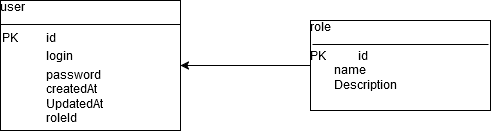
Above: Diagramme sans nom.drawio.png in houckontape/tuxProject (draw.io), before the change. Source tidied: cells renumbered, new cells last; positions are measured from the earlier drawing's top-left corner, leaving out a move shared by most shapes.
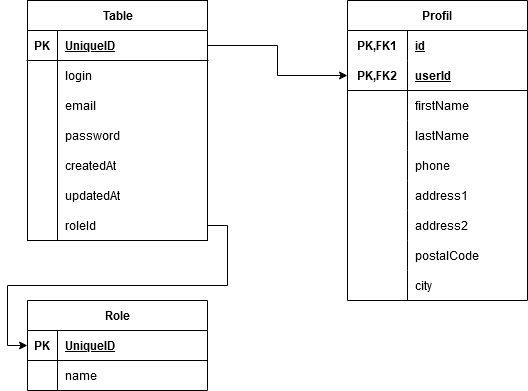
The same diagram one commit later.

Commit message:
Mettre à jour Diagramme sans nom.drawio.png

The edit, as a diff of the source:
```diff
@@ -2,20 +2,182 @@
   <root>
     <mxCell id="0" />
     <mxCell id="1" parent="0" />
-    <mxCell id="2" value="&lt;div&gt;user&lt;/div&gt;&lt;div&gt;&lt;br&gt;&lt;/div&gt;&lt;table style=&quot;width:100%;font-size:1em;&quot; cellpadding=&quot;2&quot; cellspacing=&quot;0&quot;&gt;&lt;tbody&gt;&lt;tr&gt;&lt;td&gt;PK&lt;/td&gt;&lt;td&gt;id&lt;/td&gt;&lt;/tr&gt;&lt;tr&gt;&lt;td&gt;&lt;br&gt;&lt;/td&gt;&lt;td&gt;login&lt;/td&gt;&lt;/tr&gt;&lt;tr&gt;&lt;td&gt;&lt;/td&gt;&lt;td&gt;password&lt;br&gt;createdAt&lt;br&gt;UpdatedAt&lt;br&gt;roleId&lt;br&gt;&lt;/td&gt;&lt;/tr&gt;&lt;/tbody&gt;&lt;/table&gt;" style="verticalAlign=top;align=left;overflow=fill;html=1;whiteSpace=wrap;" parent="1" vertex="1">
-      <mxGeometry width="180" height="130" as="geometry" />
-    </mxCell>
-    <mxCell id="3" style="line;strokeWidth=1;fillColor=none;align=left;verticalAlign=middle;spacingTop=-1;spacingLeft=3;spacingRight=3;labelPosition=right;strokeColor=inherit;" parent="1" vertex="1">
-      <mxGeometry y="20" width="180" height="8" as="geometry" />
-    </mxCell>
-    <mxCell id="4" style="edgeStyle=orthogonalEdgeStyle;rounded=0;jettySize=auto;html=1;exitX=0;exitY=0.5;exitDx=0;exitDy=0;entryX=1;entryY=0.5;entryDx=0;entryDy=0;" parent="1" edge="1" source="5" target="2">
-      <mxGeometry relative="1" as="geometry" />
-    </mxCell>
-    <mxCell id="5" value="&lt;div&gt;role&lt;/div&gt;&lt;div&gt;&lt;br&gt;&lt;/div&gt;&lt;div&gt;PK&amp;nbsp; &lt;span style=&quot;white-space: pre;&quot;&gt;&#9;&lt;/span&gt;id&lt;/div&gt;&lt;div&gt;&amp;nbsp;&amp;nbsp;&amp;nbsp;&amp;nbsp;&amp;nbsp;&amp;nbsp;&amp;nbsp; name&lt;/div&gt;&lt;div&gt;&lt;span style=&quot;white-space: pre;&quot;&gt;&#9;&lt;/span&gt;Description&lt;br&gt;&lt;/div&gt;" style="verticalAlign=top;align=left;overflow=fill;html=1;whiteSpace=wrap;" parent="1" vertex="1">
-      <mxGeometry x="310" y="20" width="180" height="90" as="geometry" />
-    </mxCell>
-    <mxCell id="6" style="line;strokeWidth=1;fillColor=none;align=left;verticalAlign=middle;spacingTop=-1;spacingLeft=3;spacingRight=3;labelPosition=right;strokeColor=inherit;" parent="1" vertex="1">
-      <mxGeometry x="312" y="40" width="176" height="8" as="geometry" />
-    </mxCell>
+    <mxCell id="7" value="Table" style="shape=table;startSize=30;rowLines=0;fontStyle=1;align=center;html=1;" parent="1" vertex="1">
+      <mxGeometry x="-40" width="180" height="240" as="geometry" />
+    </mxCell>
+    <mxCell id="8" style="shape=tableRow;horizontal=0;startSize=0;swimlaneHead=0;swimlaneBody=0;fillColor=none;points=[[0,0.5],[1,0.5]];portConstraint=eastwest;top=0;left=0;right=0;bottom=1;" parent="7" vertex="1">
+      <mxGeometry y="30" width="180" height="30" as="geometry" />
+    </mxCell>
+    <mxCell id="9" value="PK" style="shape=partialRectangle;fillColor=none;top=0;left=0;bottom=0;right=0;fontStyle=1;overflow=hidden;whiteSpace=wrap;html=1;" parent="8" vertex="1">
+      <mxGeometry width="30" height="30" as="geometry" />
+    </mxCell>
+    <mxCell id="10" value="UniqueID" style="shape=partialRectangle;fillColor=none;top=0;left=0;bottom=0;right=0;align=left;spacingLeft=6;fontStyle=5;overflow=hidden;whiteSpace=wrap;html=1;" parent="8" vertex="1">
+      <mxGeometry x="30" width="150" height="30" as="geometry" />
+    </mxCell>
+    <mxCell id="11" style="shape=tableRow;horizontal=0;startSize=0;swimlaneHead=0;swimlaneBody=0;fillColor=none;top=0;left=0;right=0;bottom=0;" parent="7" vertex="1">
+      <mxGeometry y="60" width="180" height="30" as="geometry" />
+    </mxCell>
+    <mxCell id="12" style="shape=partialRectangle;fillColor=none;top=0;left=0;bottom=0;right=0;overflow=hidden;whiteSpace=wrap;html=1;" parent="11" vertex="1">
+      <mxGeometry width="30" height="30" as="geometry" />
+    </mxCell>
+    <mxCell id="13" value="login" style="shape=partialRectangle;fillColor=none;top=0;left=0;bottom=0;right=0;align=left;spacingLeft=6;overflow=hidden;whiteSpace=wrap;html=1;" parent="11" vertex="1">
+      <mxGeometry x="30" width="150" height="30" as="geometry" />
+    </mxCell>
+    <mxCell id="14" style="shape=tableRow;horizontal=0;startSize=0;swimlaneHead=0;swimlaneBody=0;fillColor=none;top=0;left=0;right=0;bottom=0;" parent="7" vertex="1">
+      <mxGeometry y="90" width="180" height="30" as="geometry" />
+    </mxCell>
+    <mxCell id="15" style="shape=partialRectangle;fillColor=none;top=0;left=0;bottom=0;right=0;overflow=hidden;whiteSpace=wrap;html=1;" parent="14" vertex="1">
+      <mxGeometry width="30" height="30" as="geometry" />
+    </mxCell>
+    <mxCell id="16" value="email" style="shape=partialRectangle;fillColor=none;top=0;left=0;bottom=0;right=0;align=left;spacingLeft=6;overflow=hidden;whiteSpace=wrap;html=1;" parent="14" vertex="1">
+      <mxGeometry x="30" width="150" height="30" as="geometry" />
+    </mxCell>
+    <mxCell id="17" style="shape=tableRow;horizontal=0;startSize=0;swimlaneHead=0;swimlaneBody=0;fillColor=none;top=0;left=0;right=0;bottom=0;" parent="7" vertex="1">
+      <mxGeometry y="120" width="180" height="30" as="geometry" />
+    </mxCell>
+    <mxCell id="18" style="shape=partialRectangle;fillColor=none;top=0;left=0;bottom=0;right=0;overflow=hidden;whiteSpace=wrap;html=1;" parent="17" vertex="1">
+      <mxGeometry width="30" height="30" as="geometry" />
+    </mxCell>
+    <mxCell id="19" value="password" style="shape=partialRectangle;fillColor=none;top=0;left=0;bottom=0;right=0;align=left;spacingLeft=6;overflow=hidden;whiteSpace=wrap;html=1;" parent="17" vertex="1">
+      <mxGeometry x="30" width="150" height="30" as="geometry" />
+    </mxCell>
+    <mxCell id="20" style="shape=tableRow;horizontal=0;startSize=0;swimlaneHead=0;swimlaneBody=0;fillColor=none;top=0;left=0;right=0;bottom=0;" parent="7" vertex="1">
+      <mxGeometry y="150" width="180" height="30" as="geometry" />
+    </mxCell>
+    <mxCell id="21" style="shape=partialRectangle;fillColor=none;top=0;left=0;bottom=0;right=0;overflow=hidden;whiteSpace=wrap;html=1;" parent="20" vertex="1">
+      <mxGeometry width="30" height="30" as="geometry" />
+    </mxCell>
+    <mxCell id="22" value="createdAt" style="shape=partialRectangle;fillColor=none;top=0;left=0;bottom=0;right=0;align=left;spacingLeft=6;overflow=hidden;whiteSpace=wrap;html=1;" parent="20" vertex="1">
+      <mxGeometry x="30" width="150" height="30" as="geometry" />
+    </mxCell>
+    <mxCell id="23" style="shape=tableRow;horizontal=0;startSize=0;swimlaneHead=0;swimlaneBody=0;fillColor=none;top=0;left=0;right=0;bottom=0;" parent="7" vertex="1">
+      <mxGeometry y="180" width="180" height="30" as="geometry" />
+    </mxCell>
+    <mxCell id="24" style="shape=partialRectangle;fillColor=none;top=0;left=0;bottom=0;right=0;overflow=hidden;whiteSpace=wrap;html=1;" parent="23" vertex="1">
+      <mxGeometry width="30" height="30" as="geometry" />
+    </mxCell>
+    <mxCell id="25" value="updatedAt" style="shape=partialRectangle;fillColor=none;top=0;left=0;bottom=0;right=0;align=left;spacingLeft=6;overflow=hidden;whiteSpace=wrap;html=1;" parent="23" vertex="1">
+      <mxGeometry x="30" width="150" height="30" as="geometry" />
+    </mxCell>
+    <mxCell id="26" style="shape=tableRow;horizontal=0;startSize=0;swimlaneHead=0;swimlaneBody=0;fillColor=none;points=[[0,0.5],[1,0.5]];portConstraint=eastwest;top=0;left=0;right=0;bottom=0;" parent="7" vertex="1">
+      <mxGeometry y="210" width="180" height="30" as="geometry" />
+    </mxCell>
+    <mxCell id="27" style="shape=partialRectangle;fillColor=none;top=0;left=0;bottom=0;right=0;overflow=hidden;whiteSpace=wrap;html=1;" parent="26" vertex="1">
+      <mxGeometry width="30" height="30" as="geometry" />
+    </mxCell>
+    <mxCell id="28" value="roleId" style="shape=partialRectangle;fillColor=none;top=0;left=0;bottom=0;right=0;align=left;spacingLeft=6;overflow=hidden;whiteSpace=wrap;html=1;" parent="26" vertex="1">
+      <mxGeometry x="30" width="150" height="30" as="geometry" />
+    </mxCell>
+    <mxCell id="29" value="Role" style="shape=table;startSize=30;rowLines=0;fontStyle=1;align=center;html=1;" parent="1" vertex="1">
+      <mxGeometry x="-40" y="300" width="180" height="90" as="geometry" />
+    </mxCell>
+    <mxCell id="30" style="shape=tableRow;horizontal=0;startSize=0;swimlaneHead=0;swimlaneBody=0;fillColor=none;points=[[0,0.5],[1,0.5]];portConstraint=eastwest;top=0;left=0;right=0;bottom=1;" parent="29" vertex="1">
+      <mxGeometry y="30" width="180" height="30" as="geometry" />
+    </mxCell>
+    <mxCell id="31" value="PK" style="shape=partialRectangle;fillColor=none;top=0;left=0;bottom=0;right=0;fontStyle=1;overflow=hidden;whiteSpace=wrap;html=1;" parent="30" vertex="1">
+      <mxGeometry width="30" height="30" as="geometry" />
+    </mxCell>
+    <mxCell id="32" value="UniqueID" style="shape=partialRectangle;fillColor=none;top=0;left=0;bottom=0;right=0;align=left;spacingLeft=6;fontStyle=5;overflow=hidden;whiteSpace=wrap;html=1;" parent="30" vertex="1">
+      <mxGeometry x="30" width="150" height="30" as="geometry" />
+    </mxCell>
+    <mxCell id="33" style="shape=tableRow;horizontal=0;startSize=0;swimlaneHead=0;swimlaneBody=0;fillColor=none;top=0;left=0;right=0;bottom=0;" parent="29" vertex="1">
+      <mxGeometry y="60" width="180" height="30" as="geometry" />
+    </mxCell>
+    <mxCell id="34" style="shape=partialRectangle;fillColor=none;top=0;left=0;bottom=0;right=0;overflow=hidden;whiteSpace=wrap;html=1;" parent="33" vertex="1">
+      <mxGeometry width="30" height="30" as="geometry" />
+    </mxCell>
+    <mxCell id="35" value="name" style="shape=partialRectangle;fillColor=none;top=0;left=0;bottom=0;right=0;align=left;spacingLeft=6;overflow=hidden;whiteSpace=wrap;html=1;" parent="33" vertex="1">
+      <mxGeometry x="30" width="150" height="30" as="geometry" />
+    </mxCell>
+    <mxCell id="36" style="edgeStyle=orthogonalEdgeStyle;rounded=0;jettySize=auto;html=1;exitX=1;exitY=0.5;exitDx=0;exitDy=0;entryX=0;entryY=0.5;entryDx=0;entryDy=0;" parent="1" edge="1" source="26" target="30">
+      <mxGeometry relative="1" as="geometry" />
+    </mxCell>
+    <mxCell id="37" value="Profil" style="shape=table;startSize=30;rowLines=0;fontStyle=1;align=center;html=1;whiteSpace=wrap;" parent="1" vertex="1">
+      <mxGeometry x="280" width="180" height="300" as="geometry" />
+    </mxCell>
+    <mxCell id="38" style="shape=tableRow;horizontal=0;startSize=0;swimlaneHead=0;swimlaneBody=0;fillColor=none;top=0;left=0;right=0;bottom=0;html=1;" parent="37" vertex="1">
+      <mxGeometry y="30" width="180" height="30" as="geometry" />
+    </mxCell>
+    <mxCell id="39" value="PK,FK1" style="shape=partialRectangle;fillColor=none;top=0;left=0;bottom=0;right=0;fontStyle=1;overflow=hidden;html=1;whiteSpace=wrap;" parent="38" vertex="1">
+      <mxGeometry width="60" height="30" as="geometry" />
+    </mxCell>
+    <mxCell id="40" value="id" style="shape=partialRectangle;fillColor=none;top=0;left=0;bottom=0;right=0;align=left;spacingLeft=6;fontStyle=5;overflow=hidden;html=1;whiteSpace=wrap;" parent="38" vertex="1">
+      <mxGeometry x="60" width="120" height="30" as="geometry" />
+    </mxCell>
+    <mxCell id="41" style="shape=tableRow;horizontal=0;startSize=0;swimlaneHead=0;swimlaneBody=0;fillColor=none;points=[[0,0.5],[1,0.5]];portConstraint=eastwest;top=0;left=0;right=0;bottom=1;html=1;" parent="37" vertex="1">
+      <mxGeometry y="60" width="180" height="30" as="geometry" />
+    </mxCell>
+    <mxCell id="42" value="PK,FK2" style="shape=partialRectangle;fillColor=none;top=0;left=0;bottom=0;right=0;fontStyle=1;overflow=hidden;html=1;whiteSpace=wrap;" parent="41" vertex="1">
+      <mxGeometry width="60" height="30" as="geometry" />
+    </mxCell>
+    <mxCell id="43" value="userId" style="shape=partialRectangle;fillColor=none;top=0;left=0;bottom=0;right=0;align=left;spacingLeft=6;fontStyle=5;overflow=hidden;html=1;whiteSpace=wrap;" parent="41" vertex="1">
+      <mxGeometry x="60" width="120" height="30" as="geometry" />
+    </mxCell>
+    <mxCell id="44" style="shape=tableRow;horizontal=0;startSize=0;swimlaneHead=0;swimlaneBody=0;fillColor=none;top=0;left=0;right=0;bottom=0;html=1;" parent="37" vertex="1">
+      <mxGeometry y="90" width="180" height="30" as="geometry" />
+    </mxCell>
+    <mxCell id="45" style="shape=partialRectangle;fillColor=none;top=0;left=0;bottom=0;right=0;overflow=hidden;html=1;whiteSpace=wrap;" parent="44" vertex="1">
+      <mxGeometry width="60" height="30" as="geometry" />
+    </mxCell>
+    <mxCell id="46" value="firstName" style="shape=partialRectangle;fillColor=none;top=0;left=0;bottom=0;right=0;align=left;spacingLeft=6;overflow=hidden;html=1;whiteSpace=wrap;" parent="44" vertex="1">
+      <mxGeometry x="60" width="120" height="30" as="geometry" />
+    </mxCell>
+    <mxCell id="47" style="shape=tableRow;horizontal=0;startSize=0;swimlaneHead=0;swimlaneBody=0;fillColor=none;top=0;left=0;right=0;bottom=0;html=1;" parent="37" vertex="1">
+      <mxGeometry y="120" width="180" height="30" as="geometry" />
+    </mxCell>
+    <mxCell id="48" style="shape=partialRectangle;fillColor=none;top=0;left=0;bottom=0;right=0;overflow=hidden;html=1;whiteSpace=wrap;" parent="47" vertex="1">
+      <mxGeometry width="60" height="30" as="geometry" />
+    </mxCell>
+    <mxCell id="49" value="lastName" style="shape=partialRectangle;fillColor=none;top=0;left=0;bottom=0;right=0;align=left;spacingLeft=6;overflow=hidden;html=1;whiteSpace=wrap;" parent="47" vertex="1">
+      <mxGeometry x="60" width="120" height="30" as="geometry" />
+    </mxCell>
+    <mxCell id="50" style="shape=tableRow;horizontal=0;startSize=0;swimlaneHead=0;swimlaneBody=0;fillColor=none;top=0;left=0;right=0;bottom=0;html=1;" parent="37" vertex="1">
+      <mxGeometry y="150" width="180" height="30" as="geometry" />
+    </mxCell>
+    <mxCell id="51" style="shape=partialRectangle;fillColor=none;top=0;left=0;bottom=0;right=0;overflow=hidden;html=1;whiteSpace=wrap;" parent="50" vertex="1">
+      <mxGeometry width="60" height="30" as="geometry" />
+    </mxCell>
+    <mxCell id="52" value="phone" style="shape=partialRectangle;fillColor=none;top=0;left=0;bottom=0;right=0;align=left;spacingLeft=6;overflow=hidden;html=1;whiteSpace=wrap;" parent="50" vertex="1">
+      <mxGeometry x="60" width="120" height="30" as="geometry" />
+    </mxCell>
+    <mxCell id="53" style="shape=tableRow;horizontal=0;startSize=0;swimlaneHead=0;swimlaneBody=0;fillColor=none;top=0;left=0;right=0;bottom=0;html=1;" parent="37" vertex="1">
+      <mxGeometry y="180" width="180" height="30" as="geometry" />
+    </mxCell>
+    <mxCell id="54" style="shape=partialRectangle;fillColor=none;top=0;left=0;bottom=0;right=0;overflow=hidden;html=1;whiteSpace=wrap;" parent="53" vertex="1">
+      <mxGeometry width="60" height="30" as="geometry" />
+    </mxCell>
+    <mxCell id="55" value="address1" style="shape=partialRectangle;fillColor=none;top=0;left=0;bottom=0;right=0;align=left;spacingLeft=6;overflow=hidden;html=1;whiteSpace=wrap;" parent="53" vertex="1">
+      <mxGeometry x="60" width="120" height="30" as="geometry" />
+    </mxCell>
+    <mxCell id="56" style="shape=tableRow;horizontal=0;startSize=0;swimlaneHead=0;swimlaneBody=0;fillColor=none;top=0;left=0;right=0;bottom=0;html=1;" parent="37" vertex="1">
+      <mxGeometry y="210" width="180" height="30" as="geometry" />
+    </mxCell>
+    <mxCell id="57" style="shape=partialRectangle;fillColor=none;top=0;left=0;bottom=0;right=0;overflow=hidden;html=1;whiteSpace=wrap;" parent="56" vertex="1">
+      <mxGeometry width="60" height="30" as="geometry" />
+    </mxCell>
+    <mxCell id="58" value="address2" style="shape=partialRectangle;fillColor=none;top=0;left=0;bottom=0;right=0;align=left;spacingLeft=6;overflow=hidden;html=1;whiteSpace=wrap;" parent="56" vertex="1">
+      <mxGeometry x="60" width="120" height="30" as="geometry" />
+    </mxCell>
+    <mxCell id="59" style="shape=tableRow;horizontal=0;startSize=0;swimlaneHead=0;swimlaneBody=0;fillColor=none;top=0;left=0;right=0;bottom=0;html=1;" parent="37" vertex="1">
+      <mxGeometry y="240" width="180" height="30" as="geometry" />
+    </mxCell>
+    <mxCell id="60" style="shape=partialRectangle;fillColor=none;top=0;left=0;bottom=0;right=0;overflow=hidden;html=1;whiteSpace=wrap;" parent="59" vertex="1">
+      <mxGeometry width="60" height="30" as="geometry" />
+    </mxCell>
+    <mxCell id="61" value="postalCode" style="shape=partialRectangle;fillColor=none;top=0;left=0;bottom=0;right=0;align=left;spacingLeft=6;overflow=hidden;html=1;whiteSpace=wrap;" parent="59" vertex="1">
+      <mxGeometry x="60" width="120" height="30" as="geometry" />
+    </mxCell>
+    <mxCell id="62" style="shape=tableRow;horizontal=0;startSize=0;swimlaneHead=0;swimlaneBody=0;fillColor=none;top=0;left=0;right=0;bottom=0;html=1;" parent="37" vertex="1">
+      <mxGeometry y="270" width="180" height="30" as="geometry" />
+    </mxCell>
+    <mxCell id="63" style="shape=partialRectangle;fillColor=none;top=0;left=0;bottom=0;right=0;overflow=hidden;html=1;whiteSpace=wrap;" parent="62" vertex="1">
+      <mxGeometry width="60" height="30" as="geometry" />
+    </mxCell>
+    <mxCell id="64" value="city" style="shape=partialRectangle;fillColor=none;top=0;left=0;bottom=0;right=0;align=left;spacingLeft=6;overflow=hidden;html=1;whiteSpace=wrap;" parent="62" vertex="1">
+      <mxGeometry x="60" width="120" height="30" as="geometry" />
+    </mxCell>
+    <mxCell id="65" style="edgeStyle=orthogonalEdgeStyle;rounded=0;jettySize=auto;html=1;exitX=1;exitY=0.5;exitDx=0;exitDy=0;entryX=0;entryY=0.5;entryDx=0;entryDy=0;" parent="1" edge="1" source="8" target="41">
+      <mxGeometry relative="1" as="geometry" />
+    </mxCell>
   </root>
 </mxGraphModel>
```
